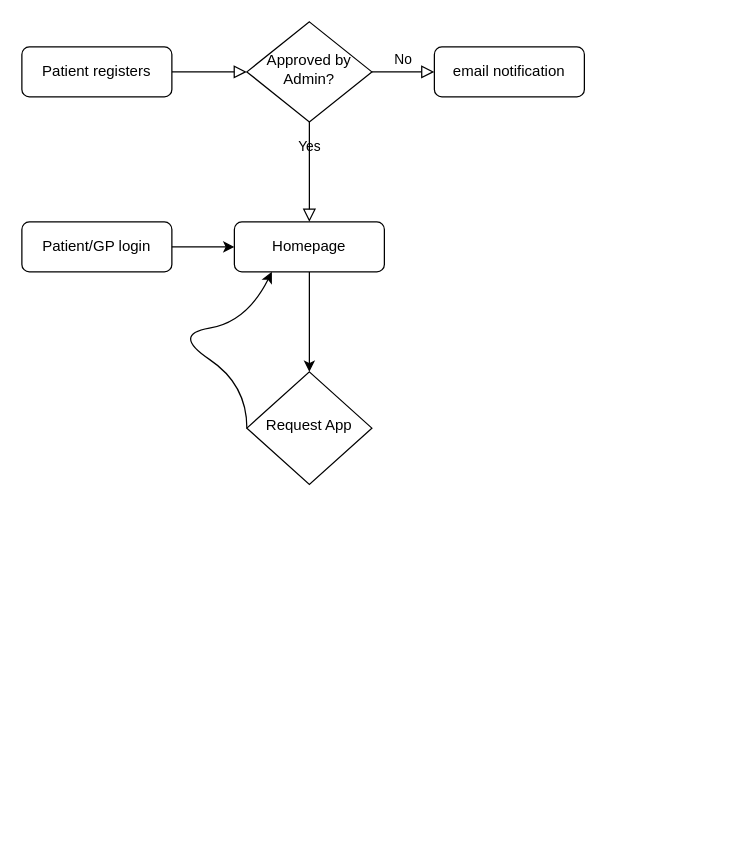
The draw.io diagram coursework.drawio in willdonlan8/hello-world, before the edit. Source tidied: cells renumbered, new cells numbered last; positions are measured from the earlier drawing's top-left corner, leaving out a move shared by most shapes. Both pictures are drawn from the tidied source at 125%, with x=0, y=0 at pixel (21, 21).
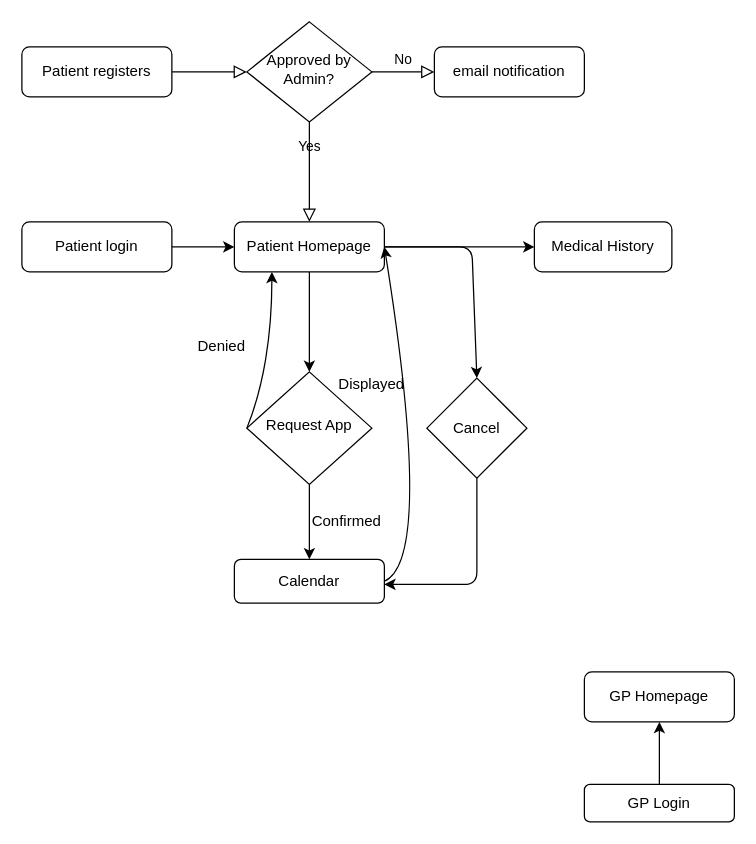
The same diagram, later.

The change refers to these unchanged cells:
```xml
<mxCell id="10" value="Request App" style="rhombus;whiteSpace=wrap;html=1;shadow=0;fontFamily=Helvetica;fontSize=12;align=center;strokeWidth=1;spacing=6;spacingTop=-4;" parent="1" vertex="1">
  <mxGeometry x="180" y="280" width="100" height="90" as="geometry" />
</mxCell>
```

Diff of the diagram source:
```diff
@@
-    <mxCell id="8" value="Homepage" style="rounded=1;whiteSpace=wrap;html=1;fontSize=12;glass=0;strokeWidth=1;shadow=0;" parent="1" vertex="1">
+    <mxCell id="8" value="Patient Homepage" style="rounded=1;whiteSpace=wrap;html=1;fontSize=12;glass=0;strokeWidth=1;shadow=0;" parent="1" vertex="1">
       <mxGeometry x="170" y="160" width="120" height="40" as="geometry" />
     </mxCell>
@@
-    <mxCell id="11" value="Patient/GP login" style="rounded=1;whiteSpace=wrap;html=1;" parent="1" vertex="1">
+    <mxCell id="11" value="Patient login" style="rounded=1;whiteSpace=wrap;html=1;" parent="1" vertex="1">
       <mxGeometry y="160" width="120" height="40" as="geometry" />
     </mxCell>
@@
     <mxCell id="13" style="curved=1;endArrow=classic;html=1;exitX=0;exitY=0.5;exitDx=0;exitDy=0;entryX=0.25;entryY=1;entryDx=0;entryDy=0;" parent="1" edge="1" source="10" target="8">
       <mxGeometry relative="1" as="geometry">
         <Array as="points">
-          <mxPoint x="180" y="290" />
-          <mxPoint x="120" y="250" />
-          <mxPoint x="180" y="240" />
+          <mxPoint x="190" y="300" />
+          <mxPoint x="200" y="240" />
         </Array>
       </mxGeometry>
     </mxCell>
+    <mxCell id="14" value="Calendar" style="rounded=1;whiteSpace=wrap;html=1;" parent="1" vertex="1">
+      <mxGeometry x="170" y="430" width="120" height="35" as="geometry" />
+    </mxCell>
+    <mxCell id="15" style="endArrow=classic;html=1;exitX=0.5;exitY=1;exitDx=0;exitDy=0;entryX=0.5;entryY=0;entryDx=0;entryDy=0;" parent="1" edge="1" source="10" target="14">
+      <mxGeometry relative="1" as="geometry" />
+    </mxCell>
+    <mxCell id="16" value="Denied" style="text;html=1;strokeColor=none;fillColor=none;align=center;verticalAlign=middle;whiteSpace=wrap;rounded=0;" parent="1" vertex="1">
+      <mxGeometry x="140" y="250" width="40" height="20" as="geometry" />
+    </mxCell>
+    <mxCell id="17" value="Confirmed" style="text;html=1;strokeColor=none;fillColor=none;align=center;verticalAlign=middle;whiteSpace=wrap;rounded=0;" parent="1" vertex="1">
+      <mxGeometry x="240" y="390" width="40" height="20" as="geometry" />
+    </mxCell>
+    <mxCell id="18" style="curved=1;endArrow=classic;html=1;exitX=1;exitY=0.5;exitDx=0;exitDy=0;entryX=1;entryY=0.5;entryDx=0;entryDy=0;" parent="1" edge="1" source="14" target="8">
+      <mxGeometry relative="1" as="geometry">
+        <Array as="points">
+          <mxPoint x="330" y="430" />
+        </Array>
+      </mxGeometry>
+    </mxCell>
+    <mxCell id="19" value="Displayed" style="text;html=1;strokeColor=none;fillColor=none;align=center;verticalAlign=middle;whiteSpace=wrap;rounded=0;" parent="1" vertex="1">
+      <mxGeometry x="260" y="280" width="40" height="20" as="geometry" />
+    </mxCell>
+    <mxCell id="20" value="Cancel" style="rhombus;whiteSpace=wrap;html=1;" parent="1" vertex="1">
+      <mxGeometry x="324" y="285" width="80" height="80" as="geometry" />
+    </mxCell>
+    <mxCell id="21" style="endArrow=classic;html=1;entryX=0.5;entryY=0;entryDx=0;entryDy=0;" parent="1" edge="1" target="20">
+      <mxGeometry relative="1" as="geometry">
+        <mxPoint x="290" y="180" as="sourcePoint" />
+        <Array as="points">
+          <mxPoint x="360" y="180" />
+        </Array>
+      </mxGeometry>
+    </mxCell>
+    <mxCell id="22" style="endArrow=classic;html=1;exitX=0.5;exitY=1;exitDx=0;exitDy=0;" parent="1" edge="1" source="20">
+      <mxGeometry relative="1" as="geometry">
+        <mxPoint x="290" y="450" as="targetPoint" />
+        <Array as="points">
+          <mxPoint x="364" y="450" />
+        </Array>
+      </mxGeometry>
+    </mxCell>
+    <mxCell id="23" style="endArrow=classic;html=1;" parent="1" edge="1">
+      <mxGeometry relative="1" as="geometry">
+        <mxPoint x="290" y="180" as="sourcePoint" />
+        <mxPoint x="410" y="180" as="targetPoint" />
+      </mxGeometry>
+    </mxCell>
+    <mxCell id="24" value="Medical History" style="rounded=1;whiteSpace=wrap;html=1;" parent="1" vertex="1">
+      <mxGeometry x="410" y="160" width="110" height="40" as="geometry" />
+    </mxCell>
+    <mxCell id="25" value="GP Homepage" style="rounded=1;whiteSpace=wrap;html=1;" parent="1" vertex="1">
+      <mxGeometry x="450" y="520" width="120" height="40" as="geometry" />
+    </mxCell>
+    <mxCell id="26" value="GP Login" style="rounded=1;whiteSpace=wrap;html=1;" parent="1" vertex="1">
+      <mxGeometry x="450" y="610" width="120" height="30" as="geometry" />
+    </mxCell>
+    <mxCell id="27" style="endArrow=classic;html=1;entryX=0.5;entryY=1;entryDx=0;entryDy=0;" parent="1" edge="1" source="26" target="25">
+      <mxGeometry relative="1" as="geometry" />
+    </mxCell>
```
